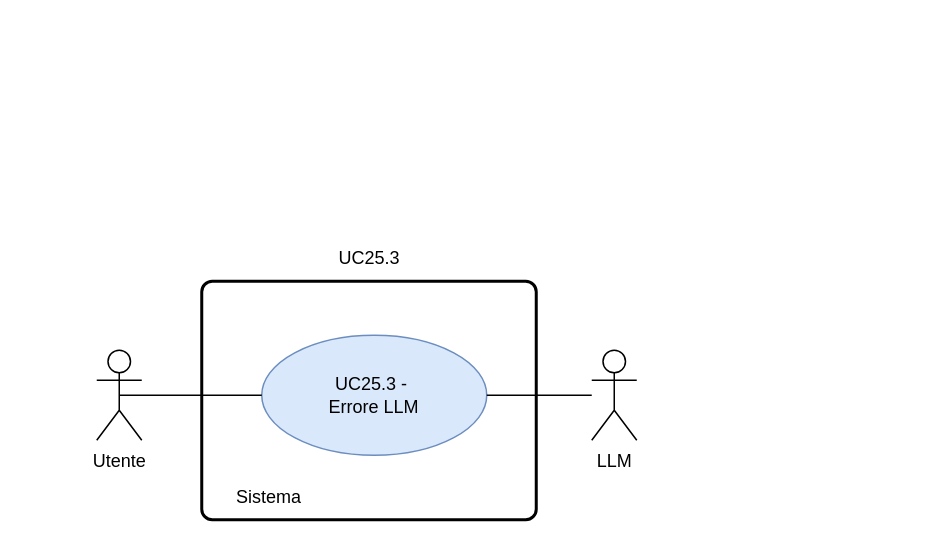
Earlier version of the draw.io diagram RTB/doc_esterna/analisi-dei-requisiti/assets/draw.io/UC25.3.drawio (thebitless-group-swe/thebitless.github.io). Source tidied: cells renumbered, new cells numbered last; positions are measured from the earlier drawing's top-left corner, leaving out a move shared by most shapes. Both pictures are drawn from the tidied source at 150%, with x=0, y=0 at pixel (96, 236).
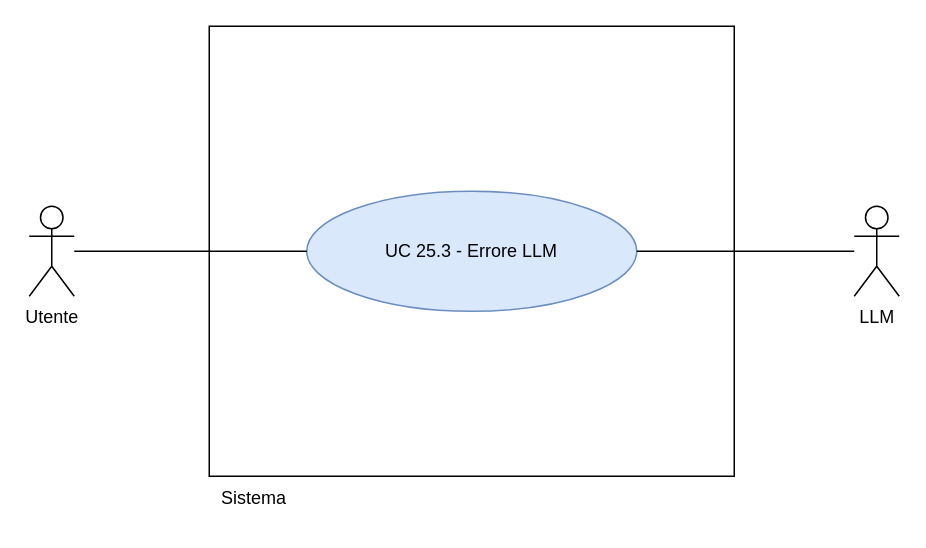
The same diagram, later.

Change to the diagram source:
```diff
@@
 <mxGraphModel>
   <root>
     <mxCell id="0" />
     <mxCell id="1" parent="0" />
-    <mxCell id="2" style="rounded=1;whiteSpace=wrap;html=1;absoluteArcSize=1;arcSize=14;strokeWidth=2;" parent="1" vertex="1">
-      <mxGeometry x="70" y="30" width="223" height="159" as="geometry" />
-    </mxCell>
     <mxCell id="3" value="Utente" style="shape=umlActor;verticalLabelPosition=bottom;verticalAlign=top;html=1;outlineConnect=0;" parent="1" vertex="1">
-      <mxGeometry y="76" width="30" height="60" as="geometry" />
+      <mxGeometry x="-45" y="-20" width="30" height="60" as="geometry" />
     </mxCell>
+    <mxCell id="9" value="LLM" style="shape=umlActor;verticalLabelPosition=bottom;verticalAlign=top;html=1;outlineConnect=0;" parent="1" vertex="1">
+      <mxGeometry x="505" y="-20" width="30" height="60" as="geometry" />
+    </mxCell>
+    <mxCell id="10" style="whiteSpace=wrap;html=1;" parent="1" vertex="1">
+      <mxGeometry x="75" y="-140" width="350" height="300" as="geometry" />
+    </mxCell>
     <mxCell id="4" value="Sistema" style="text;html=1;whiteSpace=wrap;strokeColor=none;fillColor=none;align=center;verticalAlign=middle;rounded=0;" parent="1" vertex="1">
-      <mxGeometry x="70" y="159" width="90" height="30" as="geometry" />
+      <mxGeometry x="75" y="160" width="60" height="30" as="geometry" />
     </mxCell>
-    <mxCell id="5" value="UC25.3 -&amp;nbsp;&lt;div&gt;Errore LLM&lt;/div&gt;" style="ellipse;whiteSpace=wrap;html=1;fillColor=#dae8fc;strokeColor=#6c8ebf;" parent="1" vertex="1">
-      <mxGeometry x="110" y="66" width="150" height="80" as="geometry" />
-    </mxCell>
-    <mxCell id="6" style="endArrow=none;html=1;rounded=0;exitX=0.5;exitY=0.5;exitDx=0;exitDy=0;exitPerimeter=0;entryX=0;entryY=0.5;entryDx=0;entryDy=0;" parent="1" edge="1" source="3" target="5">
-      <mxGeometry relative="1" as="geometry" />
-    </mxCell>
-    <mxCell id="7" value="UC25.3" style="text;html=1;whiteSpace=wrap;strokeColor=none;fillColor=none;align=center;verticalAlign=middle;rounded=0;" parent="1" vertex="1">
-      <mxGeometry x="151.5" width="60" height="30" as="geometry" />
-    </mxCell>
-    <mxCell id="8" style="edgeStyle=orthogonalEdgeStyle;rounded=0;jettySize=auto;html=1;endArrow=none;endFill=0;" parent="1" edge="1" source="9" target="5">
-      <mxGeometry relative="1" as="geometry" />
-    </mxCell>
-    <mxCell id="9" value="LLM" style="shape=umlActor;verticalLabelPosition=bottom;verticalAlign=top;html=1;outlineConnect=0;" parent="1" vertex="1">
-      <mxGeometry x="330" y="76" width="30" height="60" as="geometry" />
-    </mxCell>
+    <mxCell id="11" value="UC 25.3 - Errore LLM" style="ellipse;whiteSpace=wrap;html=1;fillColor=#dae8fc;strokeColor=#6c8ebf;" parent="1" vertex="1">
+      <mxGeometry x="140" y="-30" width="220" height="80" as="geometry" />
+    </mxCell>
+    <mxCell id="12" style="edgeStyle=none;rounded=0;jettySize=auto;html=1;endArrow=none;endFill=0;" parent="1" edge="1" source="3" target="11">
+      <mxGeometry relative="1" as="geometry" />
+    </mxCell>
+    <mxCell id="13" style="edgeStyle=none;rounded=0;jettySize=auto;html=1;endArrow=none;endFill=0;" parent="1" edge="1" source="9" target="11">
+      <mxGeometry relative="1" as="geometry" />
+    </mxCell>
   </root>
 </mxGraphModel>
```
